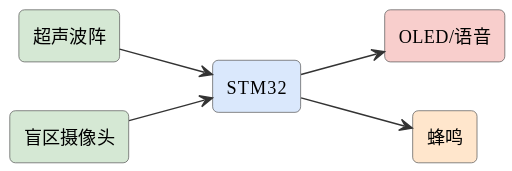
mingyi0818/IntelligentMcuCourse keeps this PlantUML diagram as assets/diagrams/ideas-fig67.svg. Above is the earlier version.
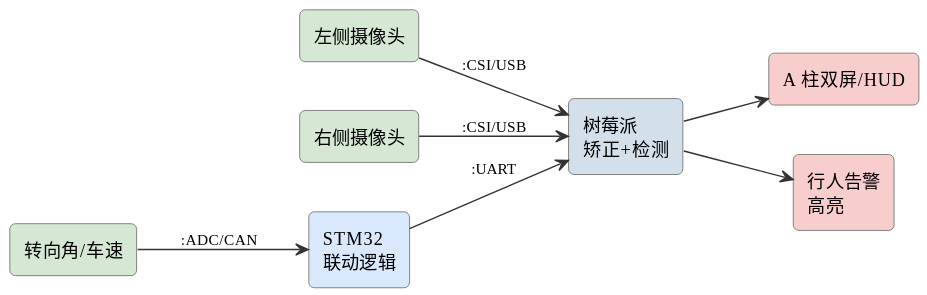
Above is the later version.

Diff of the diagram source:
```diff
@@ -6,13 +6,17 @@
 skinparam arrowFontSize 11
 skinparam arrowColor #333
 left to right direction
-rectangle "超声波阵" as ult #d5e8d4
-rectangle "盲区摄像头" as cam #d5e8d4
-rectangle "STM32" as stm #dae8fc
-rectangle "OLED/语音" as oled #f8cecc
-rectangle "蜂鸣" as buzz #ffe6cc
-ult --> stm
-cam --> stm
-stm --> oled
-stm --> buzz
+rectangle "左侧摄像头" as camL #d5e8d4
+rectangle "右侧摄像头" as camR #d5e8d4
+rectangle "树莓派\n矫正+检测" as rpi #d3e0ea
+rectangle "转向角/车速" as angle #d5e8d4
+rectangle "STM32\n联动逻辑" as stm #dae8fc
+rectangle "A 柱双屏/HUD" as scr #f8cecc
+rectangle "行人告警\n高亮" as warn #f8cecc
+camL --> rpi : :CSI/USB
+camR --> rpi : :CSI/USB
+angle --> stm : :ADC/CAN
+stm --> rpi : :UART
+rpi --> scr
+rpi --> warn
 @enduml
```
